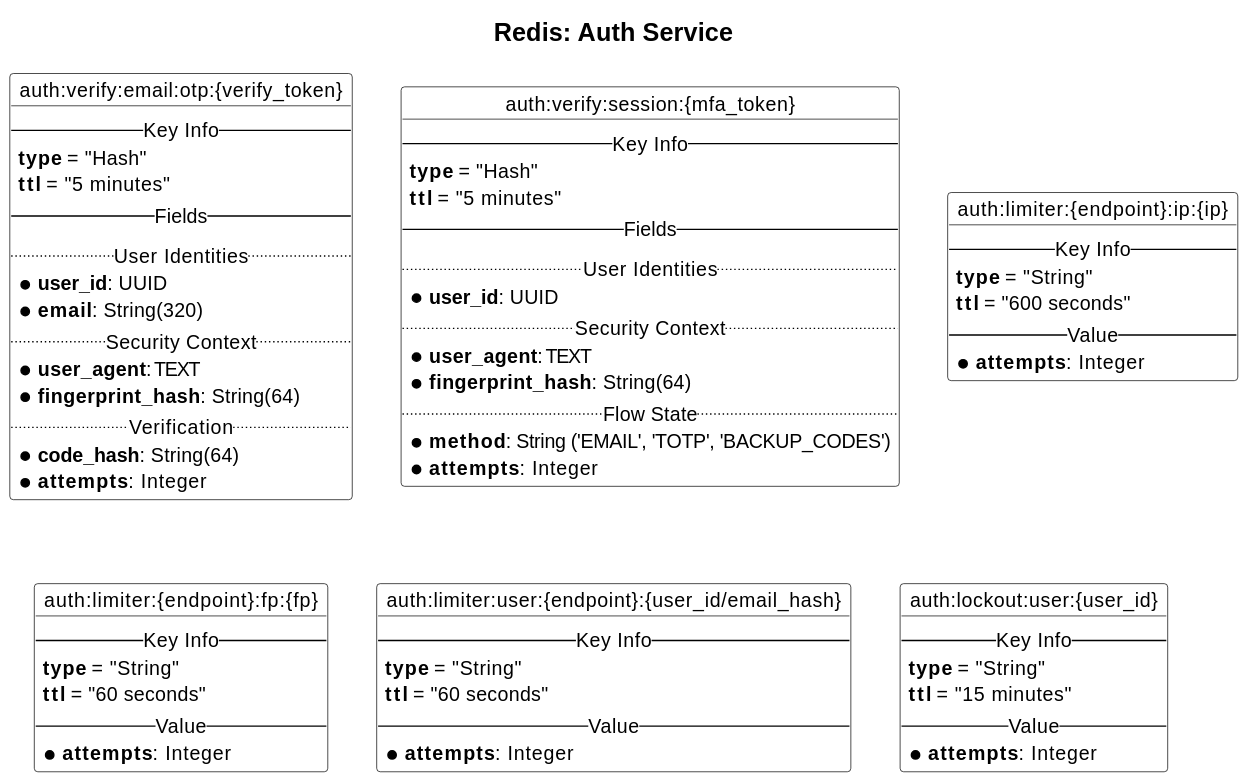
Earlier version of the PlantUML export docs/charts/redis/01-auth-service/chart.svg (Mihyich/ShaderHub).
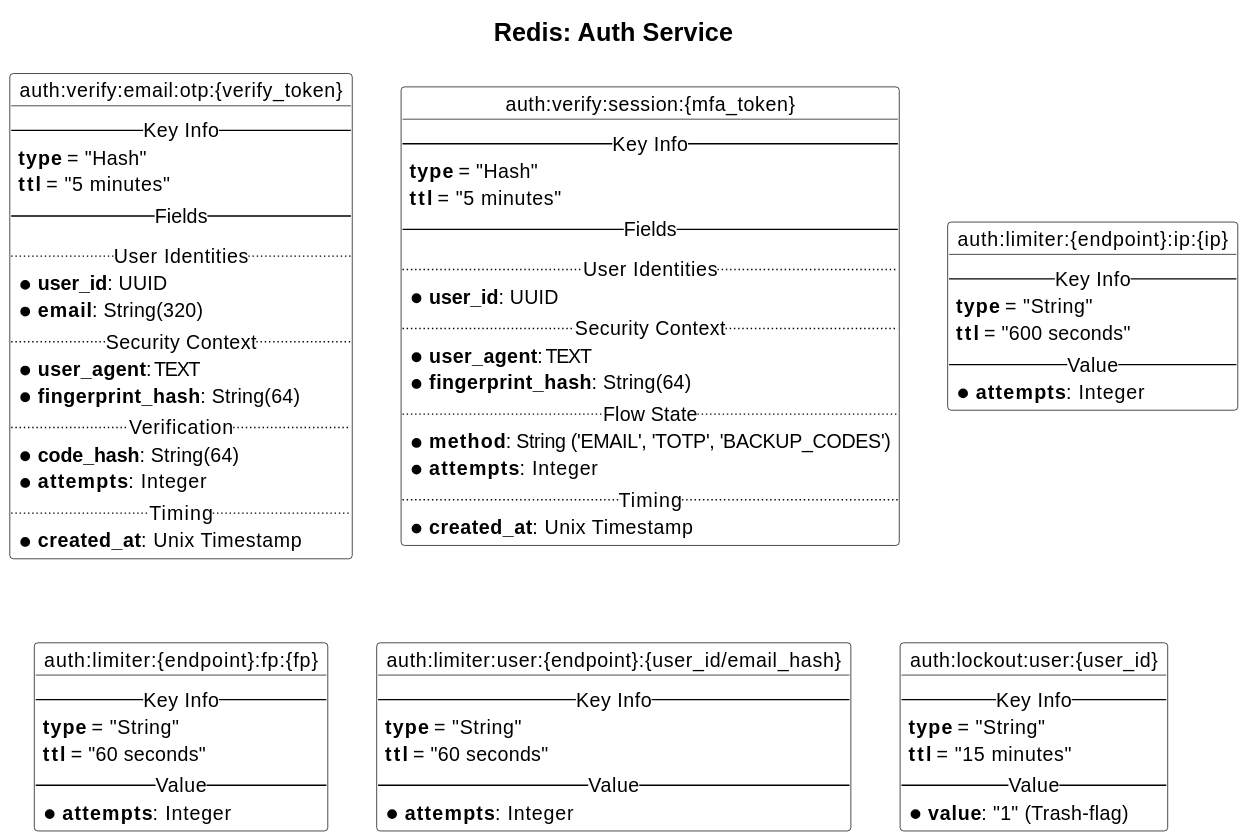
The same file after the commit.

Commit message:
Добавлены временные поля && изменено поле для lockout

Change to the diagram source:
```diff
@@ -25,6 +25,8 @@
     .. Verification ..
     * **code_hash**: String(64)
     * **attempts**: Integer
+    .. Timing ..
+    * **created_at**: Unix Timestamp
 }
 
 object "auth:verify:session:{mfa_token}" as MFASession {
@@ -40,6 +42,8 @@
     .. Flow State ..
     * **method**: String ('EMAIL', 'TOTP', 'BACKUP_CODES')
     * **attempts**: Integer
+    .. Timing ..
+    * **created_at**: Unix Timestamp
 }
 
 object "auth:limiter:{endpoint}:ip:{ip}" as LimiterIp {
@@ -71,6 +75,6 @@
     **type** = "String"
     **ttl** = "15 minutes"
     -- Value --
-    * **attempts**: Integer
+    * **value**: "1" (Trash-flag)
 }
 @enduml
```
